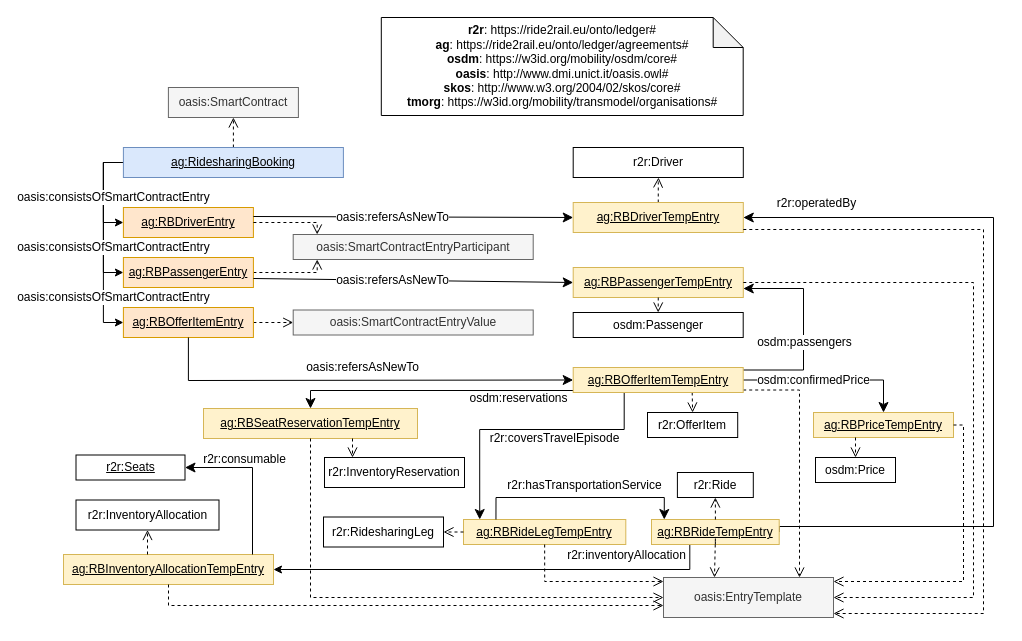
This is agreements/ridesharing-booking.drawio.xml from Ride2Rail/agreement-ledger-ontology, a draw.io file, before an edit. Source tidied: cells renumbered, new cells numbered last; positions are measured from the earlier drawing's top-left corner, leaving out a move shared by most shapes. Both pictures are drawn from the tidied source at 100%, with x=0, y=0 at pixel (63, 17).
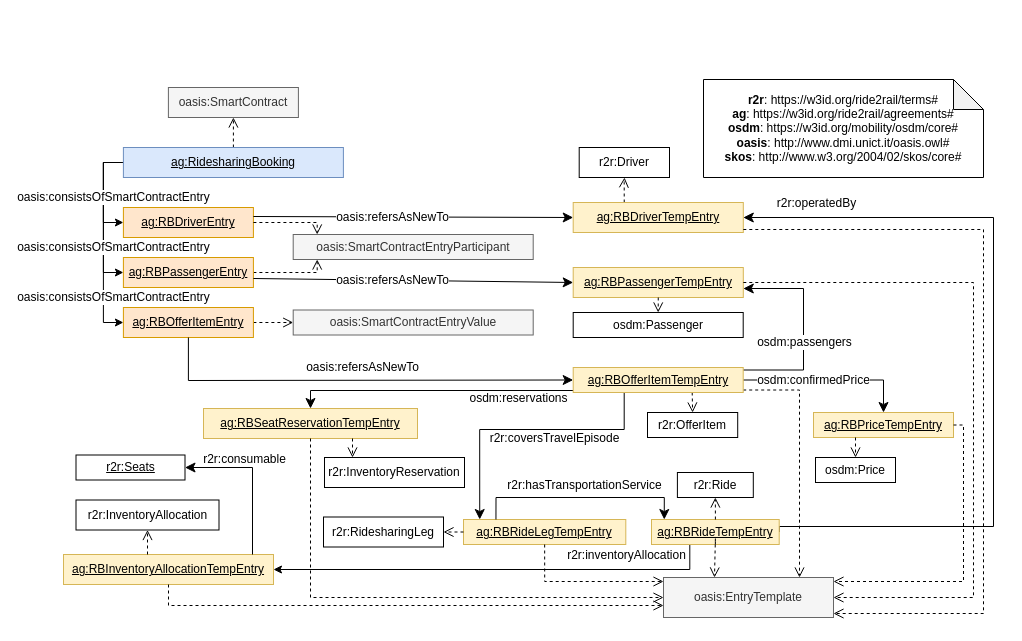
After the change.

The change refers to these unchanged cells:
```xml
<mxCell id="17" value="&lt;u&gt;ag:RBDriverTempEntry&lt;/u&gt;" style="rounded=0;whiteSpace=wrap;html=1;snapToPoint=1;points=[[0.1,0],[0.2,0],[0.3,0],[0.4,0],[0.5,0],[0.6,0],[0.7,0],[0.8,0],[0.9,0],[0,0.1],[0,0.3],[0,0.5],[0,0.7],[0,0.9],[0.1,1],[0.2,1],[0.3,1],[0.4,1],[0.5,1],[0.6,1],[0.7,1],[0.8,1],[0.9,1],[1,0.1],[1,0.3],[1,0.5],[1,0.7],[1,0.9]];fillColor=#fff2cc;strokeColor=#d6b656;" parent="1" vertex="1">
  <mxGeometry x="509.7" y="185" width="170.1" height="30" as="geometry" />
</mxCell>
```

What changed in the source:
```diff
@@
-    <mxCell id="16" style="edgeStyle=orthogonalEdgeStyle;rounded=0;jettySize=auto;html=1;exitX=0.5;exitY=0;exitDx=0;exitDy=0;endArrow=open;fontColor=#000099;endFill=0;dashed=1;endSize=8;" parent="1" edge="1" source="17" target="26">
+    <mxCell id="16" style="edgeStyle=orthogonalEdgeStyle;rounded=0;jettySize=auto;html=1;exitX=0.3;exitY=0;exitDx=0;exitDy=0;endArrow=open;fontColor=#000099;endFill=0;dashed=1;endSize=8;" parent="1" edge="1" source="17" target="26">
       <mxGeometry relative="1" as="geometry" />
     </mxCell>
@@
     <mxCell id="26" value="r2r:Driver" style="rounded=0;whiteSpace=wrap;html=1;snapToPoint=1;points=[[0.1,0],[0.2,0],[0.3,0],[0.4,0],[0.5,0],[0.6,0],[0.7,0],[0.8,0],[0.9,0],[0,0.1],[0,0.3],[0,0.5],[0,0.7],[0,0.9],[0.1,1],[0.2,1],[0.3,1],[0.4,1],[0.5,1],[0.6,1],[0.7,1],[0.8,1],[0.9,1],[1,0.1],[1,0.3],[1,0.5],[1,0.7],[1,0.9]];" parent="1" vertex="1">
-      <mxGeometry x="509.7" y="130" width="170.1" height="30" as="geometry" />
+      <mxGeometry x="515.7" y="130" width="90.3" height="30" as="geometry" />
     </mxCell>
@@
-    <mxCell id="71" value="&lt;div&gt;&lt;b&gt;r2r&lt;/b&gt;: https://ride2rail.eu/onto/ledger#&lt;br&gt;&lt;b&gt;ag&lt;/b&gt;: https://ride2rail.eu/onto/ledger/agreements#&lt;br&gt;&lt;/div&gt;&lt;div&gt;&lt;b&gt;osdm&lt;/b&gt;: https://w3id.org/mobility/osdm/core#&lt;br&gt;&lt;/div&gt;&lt;div&gt;&lt;b&gt;oasis&lt;/b&gt;:&amp;nbsp;http://www.dmi.unict.it/oasis.owl#&lt;br&gt;&lt;b&gt;skos&lt;/b&gt;: http://www.w3.org/2004/02/skos/core#&lt;br&gt;&lt;/div&gt;&lt;div&gt;&lt;b&gt;tmorg&lt;/b&gt;: https://w3id.org/mobility/transmodel/organisations#&lt;/div&gt;" style="shape=note;whiteSpace=wrap;html=1;backgroundOutline=1;darkOpacity=0.05;" parent="1" vertex="1">
-      <mxGeometry x="317.8" width="361.9" height="98" as="geometry" />
+    <mxCell id="71" value="&lt;div&gt;&lt;b&gt;r2r&lt;/b&gt;: https://w3id.org/ride2rail/terms#&lt;br&gt;&lt;b&gt;ag&lt;/b&gt;: https://w3id.org/ride2rail/agreements#&lt;br&gt;&lt;/div&gt;&lt;div&gt;&lt;b&gt;osdm&lt;/b&gt;: https://w3id.org/mobility/osdm/core#&lt;br&gt;&lt;/div&gt;&lt;div&gt;&lt;b&gt;oasis&lt;/b&gt;:&amp;nbsp;http://www.dmi.unict.it/oasis.owl#&lt;br&gt;&lt;b&gt;skos&lt;/b&gt;: http://www.w3.org/2004/02/skos/core#&lt;br&gt;&lt;/div&gt;" style="shape=note;whiteSpace=wrap;html=1;backgroundOutline=1;darkOpacity=0.05;" parent="1" vertex="1">
+      <mxGeometry x="640" y="62" width="280" height="98" as="geometry" />
     </mxCell>
```
